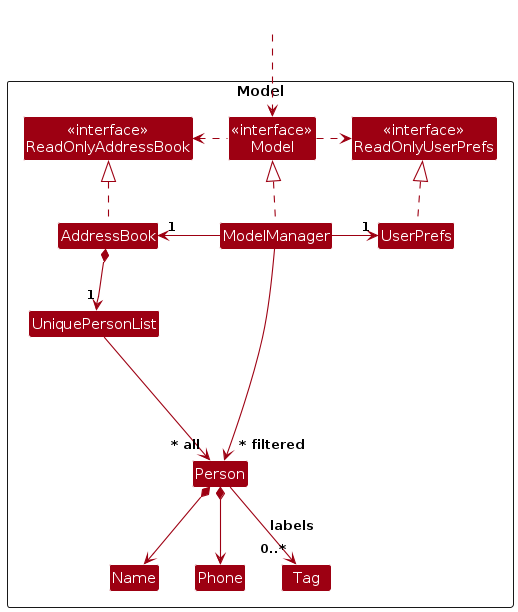
Before: diagrams/ModelClassDiagram.png, a diagram exported from PlantUML (AY2627S1-CS2103T-W13-1/tp). Its source is kept beside it as diagrams/ModelClassDiagram.puml.
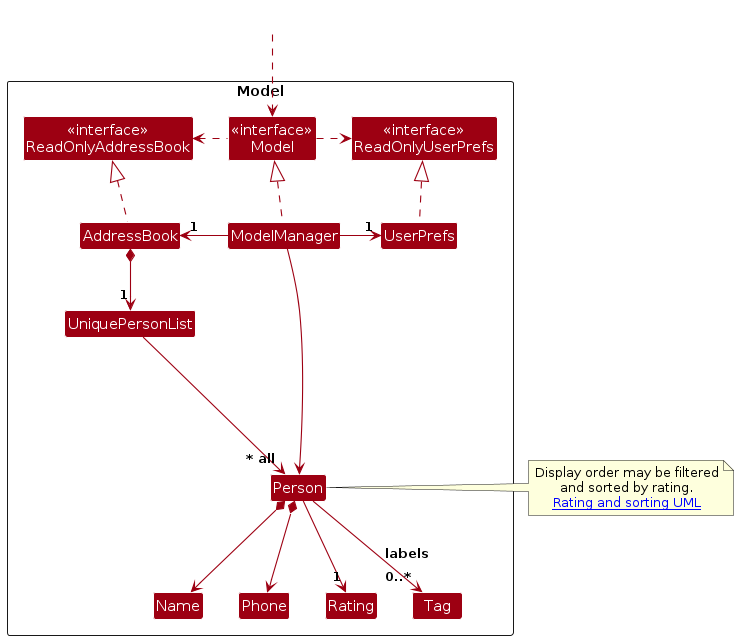
The same file after the commit.

What changed in the source:
```diff
@@ -16,6 +16,7 @@
 Class Person
 Class Name
 Class Phone
+Class Rating
 Class Tag
 
 Class I #FFFFFF
@@ -37,6 +38,7 @@
 UniquePersonList --> "~* all" Person
 Person *--> Name
 Person *--> Phone
+Person --> "1" Rating
 Person --> "0..*" Tag : labels
 
 Person -[hidden]up--> I
@@ -44,5 +46,10 @@
 
 Name -[hidden]right-> Phone
 
-ModelManager --> "~* filtered" Person
+ModelManager --> Person
+note right of Person
+  Display order may be filtered
+  and sorted by rating.
+  [[player-rating-sorting-uml.html Rating and sorting UML]]
+end note
 @enduml
```
